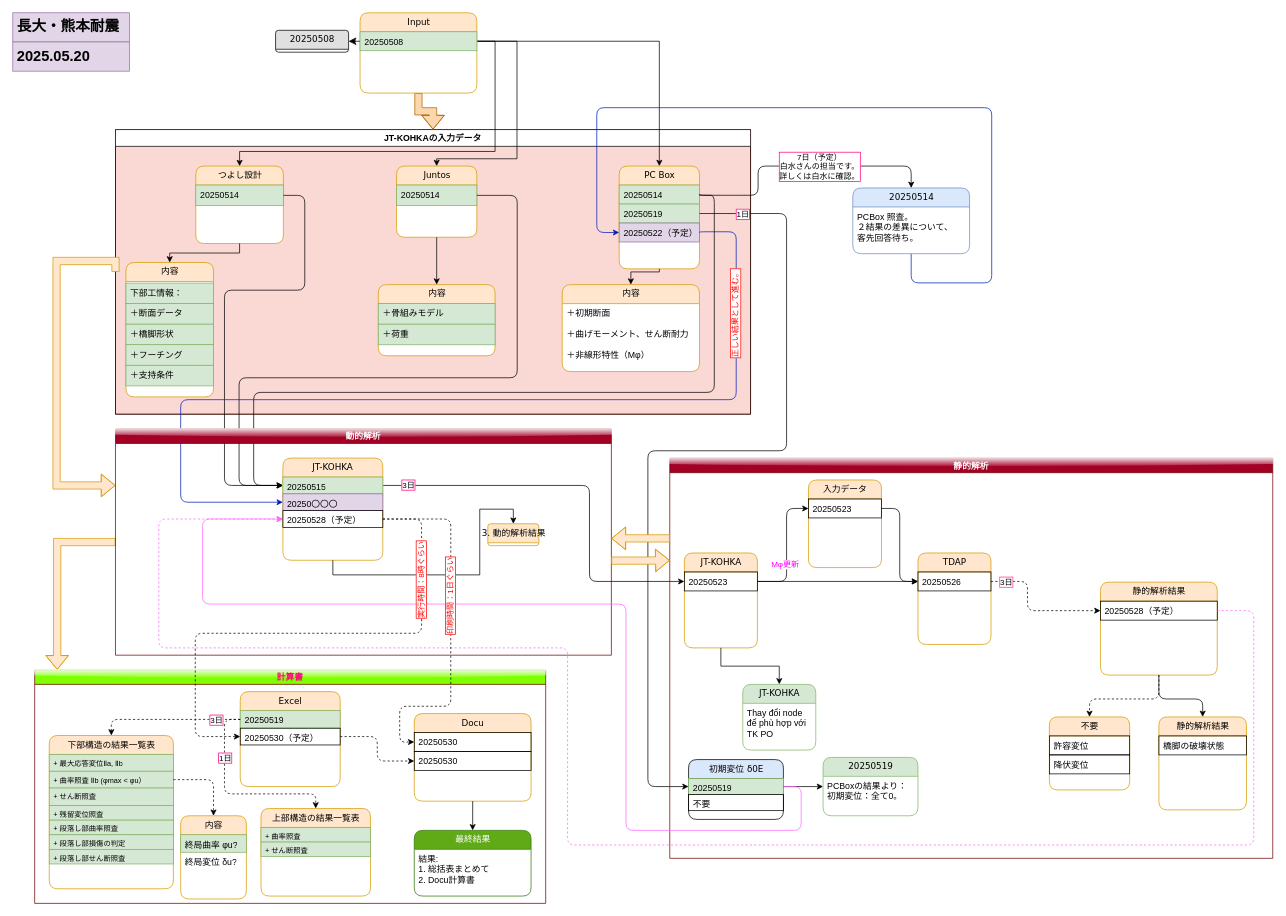
This is 長大・熊本耐震/耐震設計/Untitled Diagram.drawio from nnh92/Juntos.co, a draw.io file, before an edit. Source tidied: cells renumbered, new cells numbered last; positions are measured from the earlier drawing's top-left corner, leaving out a move shared by most shapes. Both pictures are drawn from the tidied source at 73%, with x=0, y=0 at pixel (12, 12).
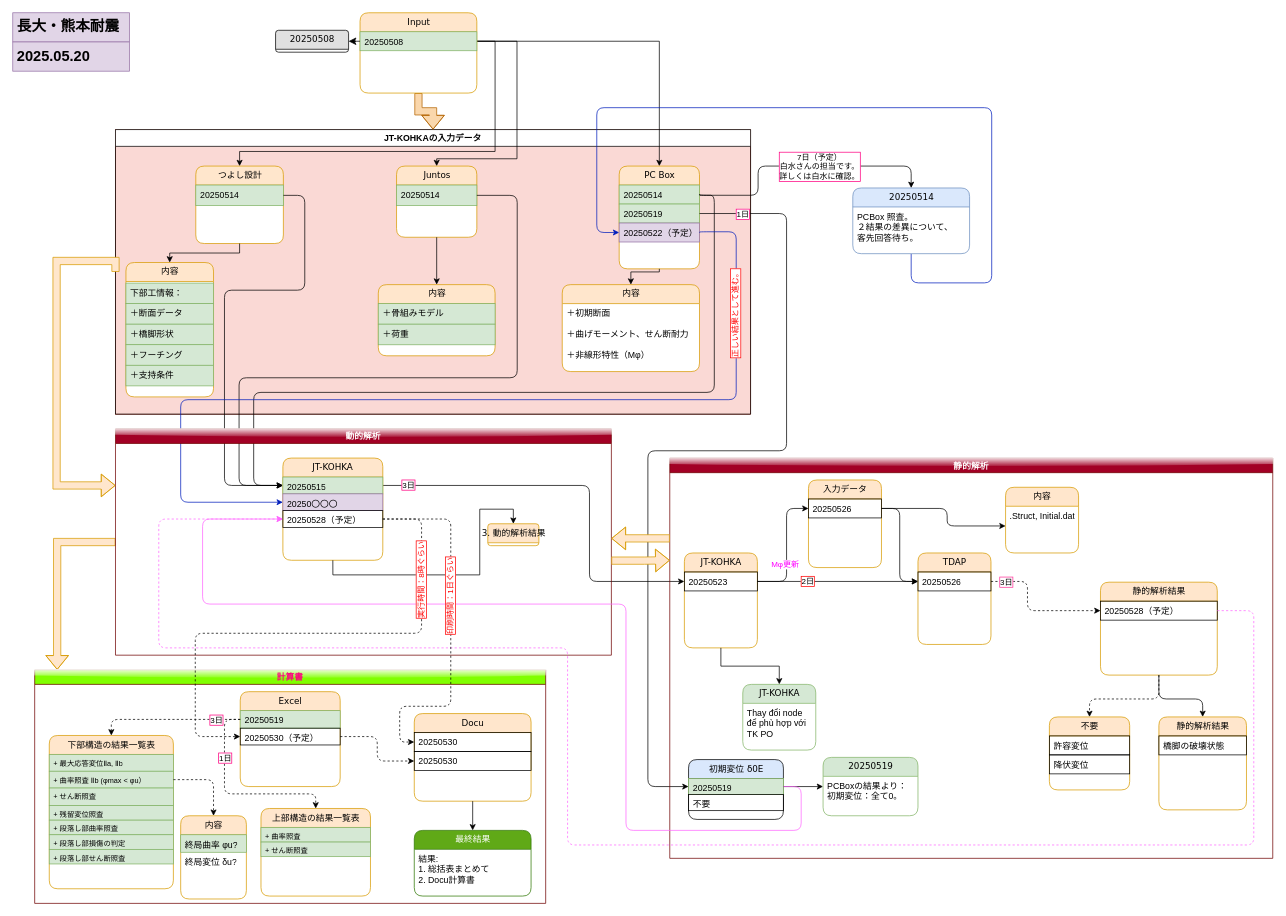
Above is the later version.

Unchanged cells that the change refers to:
```xml
<mxCell id="47" value="静的解析" style="swimlane;startSize=20;horizontal=1;containerType=tree;textShadow=0;labelBorderColor=none;labelBackgroundColor=none;fillColor=#a20025;strokeColor=#6F0000;glass=1;fontColor=#ffffff;" parent="1" vertex="1">
  <mxGeometry x="900" y="610" width="826" height="548.3" as="geometry" />
</mxCell>
<mxCell id="49" value="20250526" style="text;html=1;strokeColor=default;fillColor=none;spacingLeft=4;spacingRight=4;whiteSpace=wrap;overflow=hidden;points=[[0,0.5],[1,0.5]];portConstraint=eastwest;" parent="48" vertex="1">
  <mxGeometry y="26" width="100" height="26" as="geometry" />
</mxCell>
<mxCell id="69" style="edgeStyle=orthogonalEdgeStyle;rounded=0;jettySize=auto;html=1;exitX=1;exitY=0.5;exitDx=0;exitDy=0;entryX=0;entryY=0.5;entryDx=0;entryDy=0;" parent="47" edge="1" source="68" target="49">
  <mxGeometry relative="1" as="geometry" />
</mxCell>
<mxCell id="75" value="入力データ" style="swimlane;html=1;fontStyle=0;horizontal=1;startSize=26;fillColor=#ffe6cc;swimlaneFillColor=#ffffff;align=center;rounded=1;shadow=0;comic=0;labelBackgroundColor=none;strokeWidth=1;fontFamily=Verdana;fontSize=12;strokeColor=#d79b00;" parent="47" vertex="1">
  <mxGeometry x="190" y="30" width="100" height="120" as="geometry" />
</mxCell>
```

The edit, as a diff of the source:
```diff
@@
+    <mxCell id="133" value="2日" style="edgeLabel;html=1;align=center;verticalAlign=middle;labelBorderColor=#FF0000;fontColor=#000000;" parent="69" vertex="1">
+      <mxGeometry x="-0.38" y="1" relative="1" as="geometry" />
+    </mxCell>
@@
-    <mxCell id="76" value="20250523" style="text;html=1;strokeColor=default;fillColor=none;spacingLeft=4;spacingRight=4;whiteSpace=wrap;overflow=hidden;points=[[0,0.5],[1,0.5]];portConstraint=eastwest;" parent="75" vertex="1">
+    <mxCell id="76" value="20250526" style="text;html=1;strokeColor=default;fillColor=none;spacingLeft=4;spacingRight=4;whiteSpace=wrap;overflow=hidden;points=[[0,0.5],[1,0.5]];portConstraint=eastwest;" parent="75" vertex="1">
       <mxGeometry y="26" width="100" height="26" as="geometry" />
     </mxCell>
     <mxCell id="77" style="edgeStyle=orthogonalEdgeStyle;rounded=1;jettySize=auto;html=1;exitX=1;exitY=0.5;exitDx=0;exitDy=0;entryX=0;entryY=0.5;entryDx=0;entryDy=0;curved=0;" parent="47" edge="1" source="76" target="49">
-      <mxGeometry relative="1" as="geometry" />
+      <mxGeometry relative="1" as="geometry">
+        <Array as="points">
+          <mxPoint x="315" y="69" />
+          <mxPoint x="315" y="169" />
+        </Array>
+      </mxGeometry>
     </mxCell>
+    <mxCell id="134" style="edgeStyle=orthogonalEdgeStyle;rounded=1;jettySize=auto;html=1;exitX=1;exitY=0.5;exitDx=0;exitDy=0;curved=0;entryX=0;entryY=0.5;entryDx=0;entryDy=0;" parent="47" edge="1" source="76" target="136">
+      <mxGeometry relative="1" as="geometry">
+        <Array as="points">
+          <mxPoint x="380" y="69" />
+          <mxPoint x="380" y="93" />
+        </Array>
+      </mxGeometry>
+    </mxCell>
+    <mxCell id="135" value="内容" style="swimlane;html=1;fontStyle=0;horizontal=1;startSize=26;fillColor=#ffe6cc;swimlaneFillColor=#ffffff;align=center;rounded=1;shadow=0;comic=0;labelBackgroundColor=none;strokeWidth=1;fontFamily=Verdana;fontSize=12;strokeColor=#d79b00;" parent="47" vertex="1">
+      <mxGeometry x="460" y="40" width="100" height="90" as="geometry" />
+    </mxCell>
+    <mxCell id="136" value=".Struct, Initial.dat" style="text;html=1;strokeColor=none;fillColor=none;spacingLeft=4;spacingRight=4;whiteSpace=wrap;overflow=hidden;points=[[0,0.5],[1,0.5]];portConstraint=eastwest;" parent="135" vertex="1">
+      <mxGeometry y="26" width="100" height="54" as="geometry" />
+    </mxCell>
```
